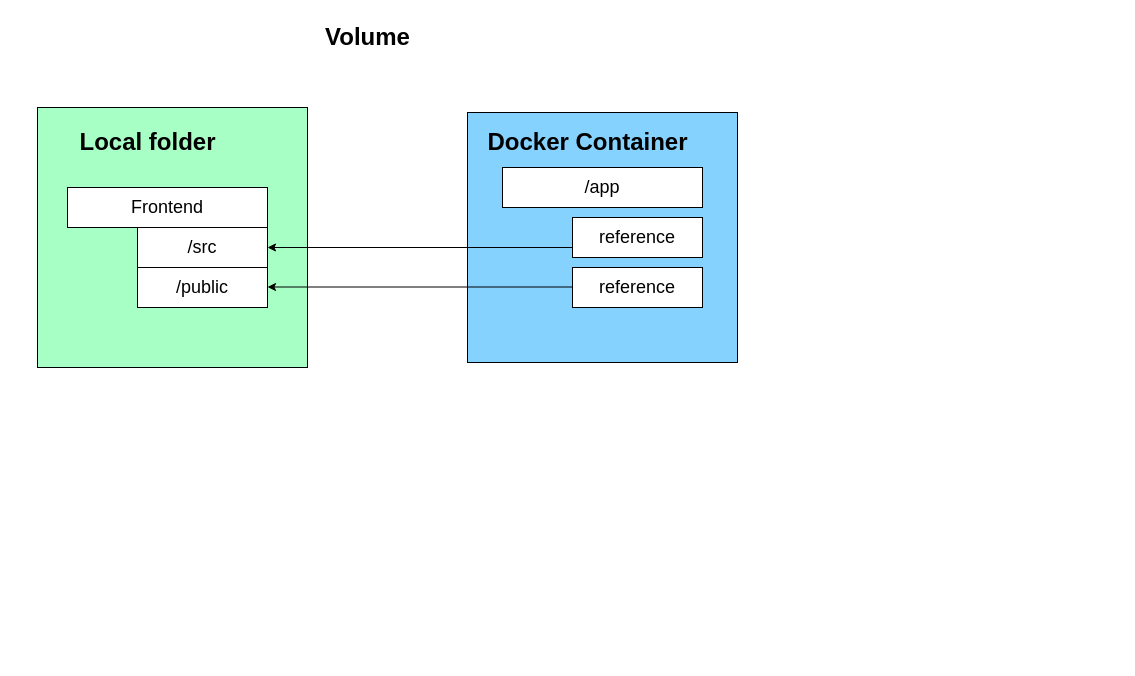
This is page "volume" (7 of 7) of Untitled Diagram.drawio from hephaestus88/docker, a draw.io file, before an edit. Source tidied: cells renumbered, new cells numbered last; positions are measured from the earlier drawing's top-left corner, leaving out a move shared by most shapes. Both pictures are drawn from the tidied source at 100%, with x=0, y=0 at pixel (37, 17).
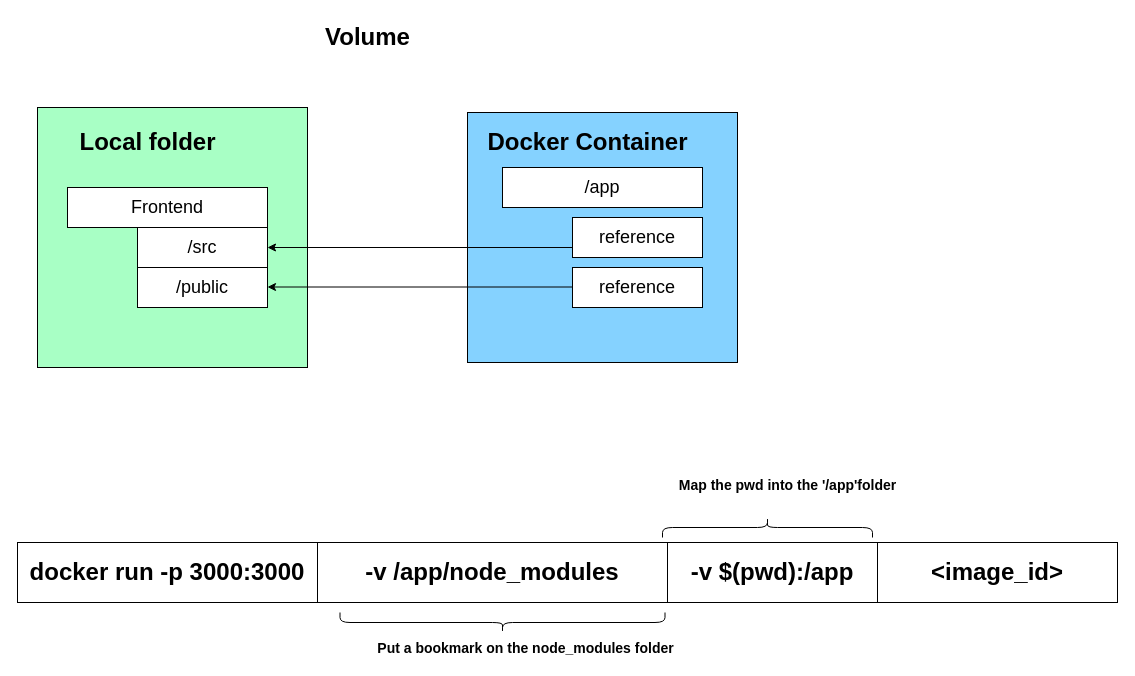
The same diagram, later.

What changed in the source:
```diff
@@
+    <mxCell id="15" value="&lt;font style=&quot;font-size: 24px;&quot;&gt;&lt;b&gt;docker run -p 3000:3000&lt;/b&gt;&lt;/font&gt;" style="rounded=0;whiteSpace=wrap;html=1;" parent="1" vertex="1">
+      <mxGeometry x="-20" y="525" width="300" height="60" as="geometry" />
+    </mxCell>
+    <mxCell id="16" value="&lt;font style=&quot;font-size: 24px;&quot;&gt;&lt;b&gt;-v /app/node_modules&lt;/b&gt;&lt;/font&gt;" style="rounded=0;whiteSpace=wrap;html=1;" parent="1" vertex="1">
+      <mxGeometry x="280" y="525" width="350" height="60" as="geometry" />
+    </mxCell>
+    <mxCell id="17" style="shape=curlyBracket;whiteSpace=wrap;html=1;rounded=1;flipH=1;labelPosition=right;verticalLabelPosition=middle;align=left;verticalAlign=middle;rotation=-90;" parent="1" vertex="1">
+      <mxGeometry x="720" y="405" width="20" height="210" as="geometry" />
+    </mxCell>
+    <mxCell id="18" value="&lt;font style=&quot;font-size: 14px;&quot;&gt;Map the pwd into the '/app'folder&lt;/font&gt;" style="text;strokeColor=none;fillColor=none;html=1;fontSize=24;fontStyle=1;verticalAlign=middle;align=center;" parent="1" vertex="1">
+      <mxGeometry x="700" y="445" width="100" height="40" as="geometry" />
+    </mxCell>
+    <mxCell id="19" value="&lt;font style=&quot;font-size: 24px;&quot;&gt;&lt;b style=&quot;&quot;&gt;-v $(pwd):/app&lt;/b&gt;&lt;/font&gt;" style="rounded=0;whiteSpace=wrap;html=1;" parent="1" vertex="1">
+      <mxGeometry x="630" y="525" width="210" height="60" as="geometry" />
+    </mxCell>
+    <mxCell id="20" style="shape=curlyBracket;whiteSpace=wrap;html=1;rounded=1;flipH=1;labelPosition=right;verticalLabelPosition=middle;align=left;verticalAlign=middle;rotation=-180;direction=south;" parent="1" vertex="1">
+      <mxGeometry x="302.5" y="595" width="325" height="20" as="geometry" />
+    </mxCell>
+    <mxCell id="21" value="&lt;font style=&quot;font-size: 14px;&quot;&gt;Put a bookmark on the node_modules folder&lt;/font&gt;" style="text;strokeColor=none;fillColor=none;html=1;fontSize=24;fontStyle=1;verticalAlign=middle;align=center;" parent="1" vertex="1">
+      <mxGeometry x="470" y="615" width="35" height="25" as="geometry" />
+    </mxCell>
+    <mxCell id="22" value="&lt;font style=&quot;font-size: 24px;&quot;&gt;&lt;b style=&quot;&quot;&gt;&amp;lt;image_id&amp;gt;&lt;/b&gt;&lt;/font&gt;" style="rounded=0;whiteSpace=wrap;html=1;" parent="1" vertex="1">
+      <mxGeometry x="840" y="525" width="240" height="60" as="geometry" />
+    </mxCell>
+    <mxCell id="23" style="edgeStyle=orthogonalEdgeStyle;rounded=0;orthogonalLoop=1;jettySize=auto;html=1;exitX=0.5;exitY=1;exitDx=0;exitDy=0;" parent="1" edge="1" source="18" target="18">
+      <mxGeometry relative="1" as="geometry" />
+    </mxCell>
```
